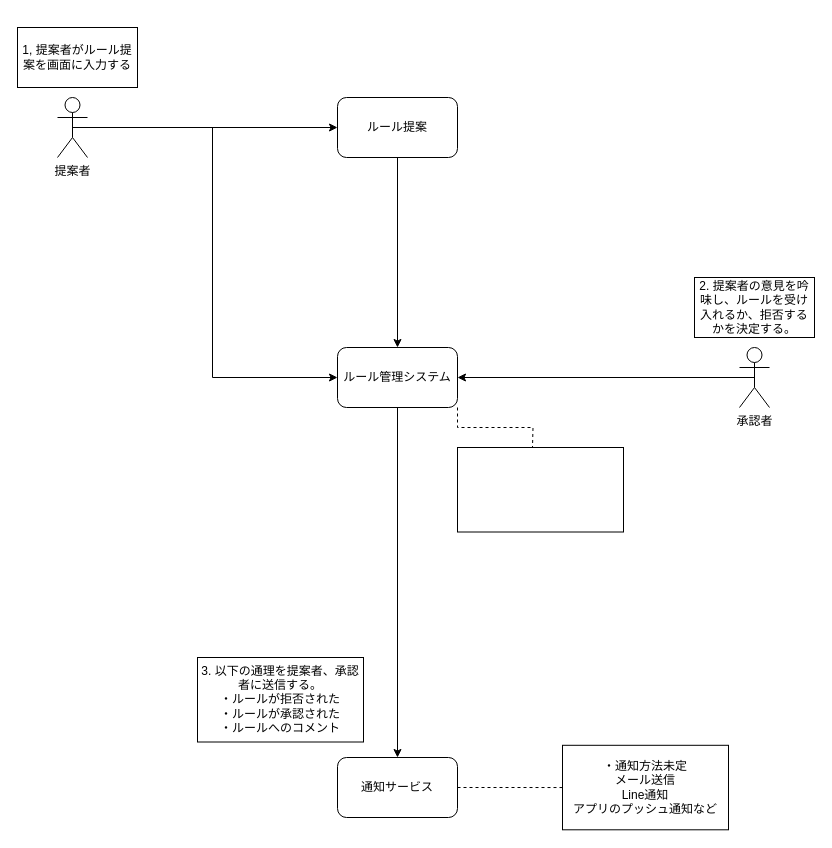
Before: page "ルール提案システム" (1 of 3) of docs/diagrams/usecase-diagram.drawio in Kota-Yamaguchi/home-rule-management, a draw.io diagram. Source tidied: cells renumbered, new cells numbered last; positions are measured from the earlier drawing's top-left corner, leaving out a move shared by most shapes. Both pictures are drawn from the tidied source at 100%, with x=0, y=0 at pixel (17, 27).
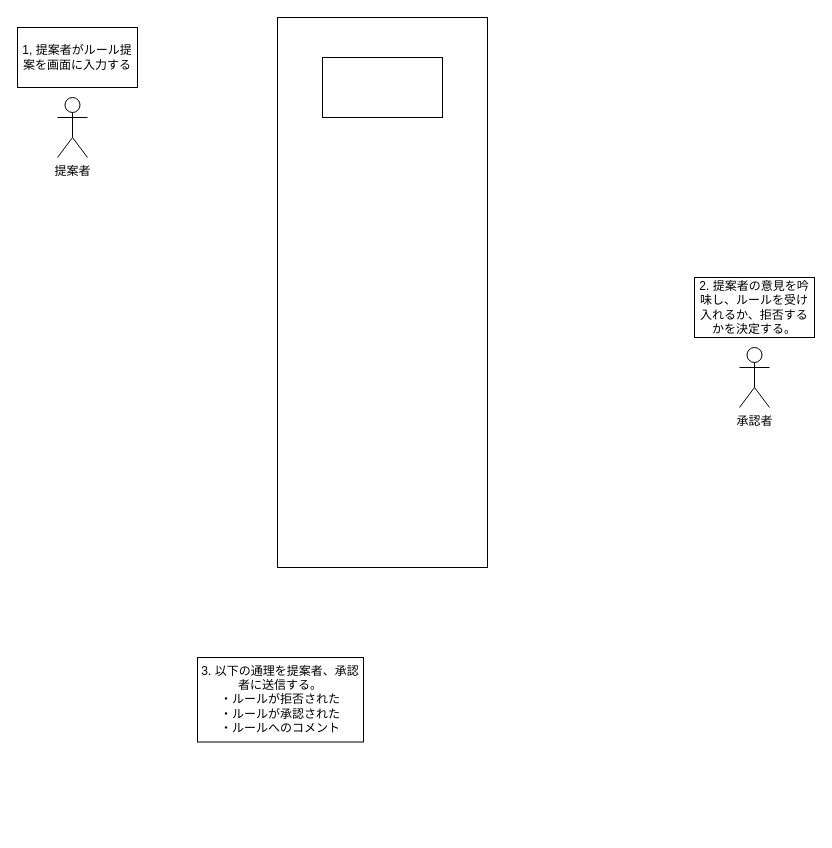
The same page after the edit.

What changed in the source:
```diff
@@
 <mxGraphModel>
   <root>
     <mxCell id="0" />
     <mxCell id="1" parent="0" />
-    <mxCell id="2" style="edgeStyle=orthogonalEdgeStyle;rounded=0;jettySize=auto;html=1;exitX=0.5;exitY=0.5;exitDx=0;exitDy=0;exitPerimeter=0;" parent="1" edge="1" source="4" target="6">
-      <mxGeometry relative="1" as="geometry" />
-    </mxCell>
-    <mxCell id="3" style="edgeStyle=orthogonalEdgeStyle;rounded=0;jettySize=auto;html=1;exitX=0.5;exitY=0.5;exitDx=0;exitDy=0;exitPerimeter=0;entryX=0;entryY=0.5;entryDx=0;entryDy=0;" parent="1" edge="1" source="4" target="8">
-      <mxGeometry relative="1" as="geometry" />
-    </mxCell>
     <mxCell id="4" value="提案者" style="shape=umlActor;verticalLabelPosition=bottom;verticalAlign=top;html=1;outlineConnect=0;" parent="1" vertex="1">
       <mxGeometry x="40" y="70" width="30" height="60" as="geometry" />
     </mxCell>
-    <mxCell id="5" style="edgeStyle=orthogonalEdgeStyle;rounded=0;jettySize=auto;html=1;" parent="1" edge="1" source="6" target="8">
-      <mxGeometry relative="1" as="geometry" />
-    </mxCell>
-    <mxCell id="6" value="ルール提案" style="rounded=1;whiteSpace=wrap;html=1;" parent="1" vertex="1">
-      <mxGeometry x="320" y="70" width="120" height="60" as="geometry" />
-    </mxCell>
-    <mxCell id="7" style="edgeStyle=orthogonalEdgeStyle;rounded=0;jettySize=auto;html=1;" parent="1" edge="1" source="8" target="10">
-      <mxGeometry relative="1" as="geometry" />
-    </mxCell>
-    <mxCell id="8" value="ルール管理システム" style="rounded=1;whiteSpace=wrap;html=1;" parent="1" vertex="1">
-      <mxGeometry x="320" y="320" width="120" height="60" as="geometry" />
-    </mxCell>
-    <mxCell id="9" style="edgeStyle=orthogonalEdgeStyle;rounded=0;jettySize=auto;html=1;exitX=1;exitY=0.5;exitDx=0;exitDy=0;dashed=1;endArrow=none;endFill=0;entryX=0;entryY=0.5;entryDx=0;entryDy=0;" parent="1" edge="1" source="10" target="16">
-      <mxGeometry relative="1" as="geometry" />
-    </mxCell>
-    <mxCell id="10" value="通知サービス" style="rounded=1;whiteSpace=wrap;html=1;" parent="1" vertex="1">
-      <mxGeometry x="320" y="730" width="120" height="60" as="geometry" />
-    </mxCell>
-    <mxCell id="11" style="edgeStyle=orthogonalEdgeStyle;rounded=0;jettySize=auto;html=1;exitX=0.5;exitY=0.5;exitDx=0;exitDy=0;exitPerimeter=0;" parent="1" edge="1" source="12" target="8">
-      <mxGeometry relative="1" as="geometry" />
-    </mxCell>
     <mxCell id="12" value="承認者" style="shape=umlActor;verticalLabelPosition=bottom;verticalAlign=top;html=1;outlineConnect=0;" parent="1" vertex="1">
       <mxGeometry x="722" y="320" width="30" height="60" as="geometry" />
     </mxCell>
     <mxCell id="13" value="&lt;span style=&quot;&quot;&gt;1, 提案者がルール提案を画面に入力する&lt;/span&gt;" style="rounded=0;whiteSpace=wrap;html=1;" parent="1" vertex="1">
       <mxGeometry width="120" height="60" as="geometry" />
     </mxCell>
     <mxCell id="14" value="2. 提案者の意見を吟味し、ルールを受け入れるか、拒否するかを決定する。" style="rounded=0;whiteSpace=wrap;html=1;" parent="1" vertex="1">
       <mxGeometry x="677" y="250" width="120" height="60" as="geometry" />
     </mxCell>
     <mxCell id="15" value="3. 以下の通理を提案者、承認者に送信する。&lt;br&gt;・ルールが拒否された&lt;br&gt;・ルールが承認された&lt;br&gt;・ルールへのコメント" style="rounded=0;whiteSpace=wrap;html=1;" parent="1" vertex="1">
       <mxGeometry x="180" y="630" width="166" height="84.5" as="geometry" />
     </mxCell>
-    <mxCell id="16" value="・通知方法未定&lt;br&gt;メール送信&lt;br&gt;Line通知&lt;br&gt;アプリのプッシュ通知など" style="rounded=0;whiteSpace=wrap;html=1;" parent="1" vertex="1">
-      <mxGeometry x="545" y="717.8" width="166" height="84.5" as="geometry" />
-    </mxCell>
-    <mxCell id="17" style="edgeStyle=orthogonalEdgeStyle;rounded=0;jettySize=auto;html=1;exitX=1;exitY=1;exitDx=0;exitDy=0;dashed=1;endArrow=none;endFill=0;entryX=0;entryY=0.5;entryDx=0;entryDy=0;" parent="1" edge="1" source="8">
-      <mxGeometry relative="1" as="geometry">
-        <mxPoint x="515" y="420" as="targetPoint" />
-      </mxGeometry>
-    </mxCell>
-    <mxCell id="18" style="rounded=0;whiteSpace=wrap;html=1;" parent="1" vertex="1">
-      <mxGeometry x="440" y="420" width="166" height="84.5" as="geometry" />
-    </mxCell>
+    <mxCell id="19" style="rounded=0;whiteSpace=wrap;html=1;" parent="1" vertex="1">
+      <mxGeometry x="260" y="-10" width="210" height="550" as="geometry" />
+    </mxCell>
+    <mxCell id="20" style="rounded=0;whiteSpace=wrap;html=1;" parent="1" vertex="1">
+      <mxGeometry x="305" y="30" width="120" height="60" as="geometry" />
+    </mxCell>
   </root>
 </mxGraphModel>
```
